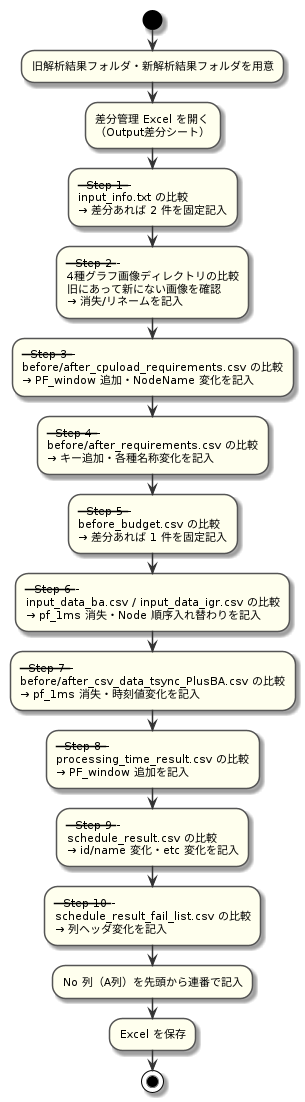
esol-ehq-pf/requirements-format-diff-checker keeps this PlantUML diagram as docs/images/fig7_manual_procedure_overview.png. Above is the earlier version. Its source is kept beside it as docs/images/fig7_manual_procedure_overview.puml.
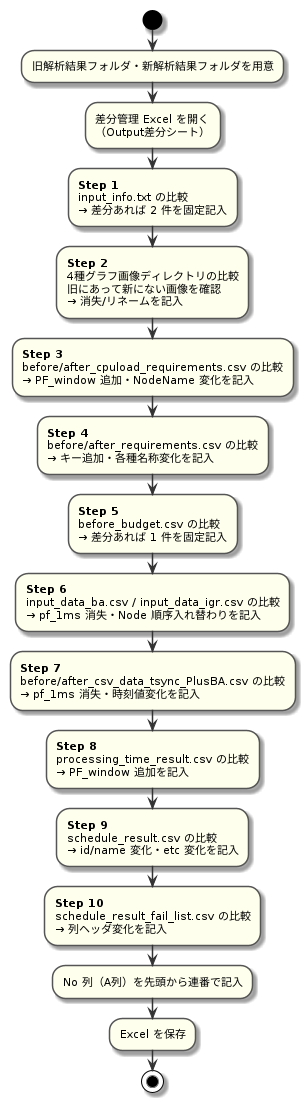
After the commit.

Commit message:
fix: fig7 Step見出しの取り消し線バグを修正 (--- Step N --- → **Step N**)

Change to the diagram source:
```diff
@@ -14,25 +14,25 @@
 :旧解析結果フォルダ・新解析結果フォルダを用意;
 :差分管理 Excel を開く\n（Output差分シート）;
 
-:--- Step 1 ---\ninput_info.txt の比較\n→ 差分あれば 2 件を固定記入;
+:**Step 1**\ninput_info.txt の比較\n→ 差分あれば 2 件を固定記入;
 
-:--- Step 2 ---\n4種グラフ画像ディレクトリの比較\n旧にあって新にない画像を確認\n→ 消失/リネームを記入;
+:**Step 2**\n4種グラフ画像ディレクトリの比較\n旧にあって新にない画像を確認\n→ 消失/リネームを記入;
 
-:--- Step 3 ---\nbefore/after_cpuload_requirements.csv の比較\n→ PF_window 追加・NodeName 変化を記入;
+:**Step 3**\nbefore/after_cpuload_requirements.csv の比較\n→ PF_window 追加・NodeName 変化を記入;
 
-:--- Step 4 ---\nbefore/after_requirements.csv の比較\n→ キー追加・各種名称変化を記入;
+:**Step 4**\nbefore/after_requirements.csv の比較\n→ キー追加・各種名称変化を記入;
 
-:--- Step 5 ---\nbefore_budget.csv の比較\n→ 差分あれば 1 件を固定記入;
+:**Step 5**\nbefore_budget.csv の比較\n→ 差分あれば 1 件を固定記入;
 
-:--- Step 6 ---\ninput_data_ba.csv / input_data_igr.csv の比較\n→ pf_1ms 消失・Node 順序入れ替わりを記入;
+:**Step 6**\ninput_data_ba.csv / input_data_igr.csv の比較\n→ pf_1ms 消失・Node 順序入れ替わりを記入;
 
-:--- Step 7 ---\nbefore/after_csv_data_tsync_PlusBA.csv の比較\n→ pf_1ms 消失・時刻値変化を記入;
+:**Step 7**\nbefore/after_csv_data_tsync_PlusBA.csv の比較\n→ pf_1ms 消失・時刻値変化を記入;
 
-:--- Step 8 ---\nprocessing_time_result.csv の比較\n→ PF_window 追加を記入;
+:**Step 8**\nprocessing_time_result.csv の比較\n→ PF_window 追加を記入;
 
-:--- Step 9 ---\nschedule_result.csv の比較\n→ id/name 変化・etc 変化を記入;
+:**Step 9**\nschedule_result.csv の比較\n→ id/name 変化・etc 変化を記入;
 
-:--- Step 10 ---\nschedule_result_fail_list.csv の比較\n→ 列ヘッダ変化を記入;
+:**Step 10**\nschedule_result_fail_list.csv の比較\n→ 列ヘッダ変化を記入;
 
 :No 列（A列）を先頭から連番で記入;
 :Excel を保存;
```
